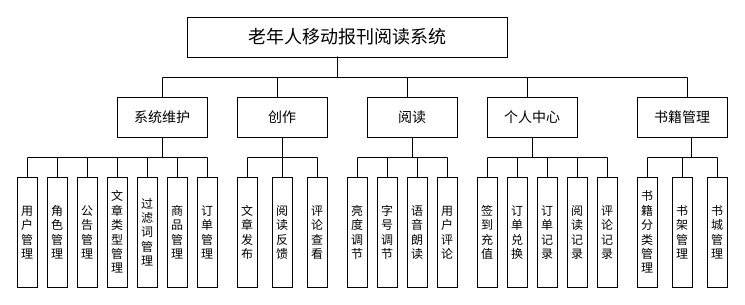
Above: 功能结构图.drawio in kkq22/clash (draw.io), before the change. Source tidied: cells renumbered, new cells numbered last; positions are measured from the earlier drawing's top-left corner, leaving out a move shared by most shapes. Both pictures are drawn from the tidied source at 100%, with x=0, y=0 at pixel (17, 17).
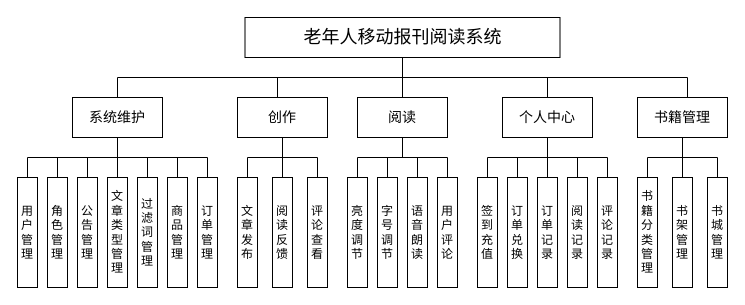
The same page after the edit.

Commit message:
更新功能结构图.drawio

The change refers to these unchanged cells:
```xml
<mxCell id="59" value="&lt;font style=&quot;font-size: 14px;&quot;&gt;书籍管理&lt;/font&gt;" style="rounded=0;whiteSpace=wrap;html=1;" parent="1" vertex="1">
  <mxGeometry x="620" y="80" width="90" height="40" as="geometry" />
</mxCell>
```

Change to the diagram source:
```diff
@@
     <mxCell id="2" value="&lt;font style=&quot;font-size: 18px;&quot;&gt;老年人移动报刊阅读系统&lt;/font&gt;" style="rounded=0;whiteSpace=wrap;html=1;" parent="1" vertex="1">
-      <mxGeometry x="170" width="320" height="40" as="geometry" />
+      <mxGeometry x="227.5" width="315" height="40" as="geometry" />
     </mxCell>
     <mxCell id="3" value="&lt;font style=&quot;font-size: 14px;&quot;&gt;系统维护&lt;/font&gt;" style="rounded=0;whiteSpace=wrap;html=1;" parent="1" vertex="1">
-      <mxGeometry x="100" y="80" width="90" height="40" as="geometry" />
+      <mxGeometry x="55" y="80" width="90" height="40" as="geometry" />
     </mxCell>
@@
     <mxCell id="5" value="&lt;font style=&quot;font-size: 14px;&quot;&gt;阅读&lt;/font&gt;" style="rounded=0;whiteSpace=wrap;html=1;" parent="1" vertex="1">
-      <mxGeometry x="350" y="80" width="90" height="40" as="geometry" />
+      <mxGeometry x="340" y="80" width="90" height="40" as="geometry" />
     </mxCell>
     <mxCell id="6" value="&lt;font style=&quot;font-size: 14px;&quot;&gt;个人中心&lt;/font&gt;" style="rounded=0;whiteSpace=wrap;html=1;" parent="1" vertex="1">
-      <mxGeometry x="470" y="80" width="90" height="40" as="geometry" />
+      <mxGeometry x="485" y="80" width="90" height="40" as="geometry" />
     </mxCell>
     <mxCell id="7" style="endArrow=none;html=1;rounded=0;" parent="1" edge="1">
       <mxGeometry relative="1" as="geometry">
-        <mxPoint x="145" y="60" as="sourcePoint" />
+        <mxPoint x="100" y="60" as="sourcePoint" />
         <mxPoint x="670" y="60" as="targetPoint" />
       </mxGeometry>
     </mxCell>
-    <mxCell id="8" style="endArrow=none;html=1;rounded=0;entryX=0.469;entryY=0.975;entryDx=0;entryDy=0;entryPerimeter=0;" parent="1" edge="1" target="2">
+    <mxCell id="8" style="endArrow=none;html=1;rounded=0;entryX=0.5;entryY=1;entryDx=0;entryDy=0;" parent="1" edge="1" target="2">
       <mxGeometry relative="1" as="geometry">
-        <mxPoint x="320" y="60" as="sourcePoint" />
+        <mxPoint x="385" y="60" as="sourcePoint" />
       </mxGeometry>
     </mxCell>
     <mxCell id="9" style="endArrow=none;html=1;rounded=0;exitX=0.5;exitY=0;exitDx=0;exitDy=0;" parent="1" edge="1" source="3">
       <mxGeometry relative="1" as="geometry">
-        <mxPoint x="145" y="60" as="targetPoint" />
+        <mxPoint x="100" y="60" as="targetPoint" />
       </mxGeometry>
     </mxCell>
@@
-    <mxCell id="11" style="endArrow=none;html=1;rounded=0;" parent="1" edge="1">
-      <mxGeometry relative="1" as="geometry">
-        <mxPoint x="390" y="80" as="sourcePoint" />
-        <mxPoint x="390" y="60" as="targetPoint" />
-      </mxGeometry>
-    </mxCell>
-    <mxCell id="12" style="endArrow=none;html=1;rounded=0;" parent="1" edge="1">
+    <mxCell id="12" style="endArrow=none;html=1;rounded=0;exitX=0.5;exitY=0;exitDx=0;exitDy=0;" parent="1" edge="1" source="6">
       <mxGeometry relative="1" as="geometry">
-        <mxPoint x="510" y="80" as="sourcePoint" />
-        <mxPoint x="510" y="60" as="targetPoint" />
+        <mxPoint x="530" y="60" as="targetPoint" />
       </mxGeometry>
     </mxCell>
     <mxCell id="13" style="endArrow=none;html=1;rounded=0;entryX=0.5;entryY=1;entryDx=0;entryDy=0;" parent="1" edge="1" target="3">
       <mxGeometry relative="1" as="geometry">
-        <mxPoint x="145" y="140" as="sourcePoint" />
+        <mxPoint x="100" y="140" as="sourcePoint" />
       </mxGeometry>
     </mxCell>
@@
     <mxCell id="42" style="endArrow=none;html=1;rounded=0;entryX=0.5;entryY=1;entryDx=0;entryDy=0;" parent="1" edge="1" target="5">
       <mxGeometry relative="1" as="geometry">
-        <mxPoint x="395" y="140" as="sourcePoint" />
+        <mxPoint x="385" y="140" as="sourcePoint" />
       </mxGeometry>
     </mxCell>
@@
     <mxCell id="53" style="endArrow=none;html=1;rounded=0;entryX=0.5;entryY=1;entryDx=0;entryDy=0;" parent="1" edge="1" target="6">
       <mxGeometry relative="1" as="geometry">
-        <mxPoint x="515" y="140" as="sourcePoint" />
+        <mxPoint x="530" y="140" as="sourcePoint" />
       </mxGeometry>
     </mxCell>
@@
-    <mxCell id="65" style="endArrow=none;html=1;rounded=0;" parent="1" edge="1">
+    <mxCell id="65" style="endArrow=none;html=1;rounded=0;entryX=0.5;entryY=1;entryDx=0;entryDy=0;" parent="1" edge="1" target="59">
       <mxGeometry relative="1" as="geometry">
-        <mxPoint x="674" y="140" as="sourcePoint" />
-        <mxPoint x="674" y="120" as="targetPoint" />
+        <mxPoint x="665" y="150" as="sourcePoint" />
       </mxGeometry>
     </mxCell>
@@
+    <mxCell id="69" style="endArrow=none;html=1;rounded=0;exitX=0.5;exitY=0;exitDx=0;exitDy=0;" parent="1" edge="1" source="5">
+      <mxGeometry relative="1" as="geometry">
+        <mxPoint x="385" y="60" as="targetPoint" />
+      </mxGeometry>
+    </mxCell>
```
